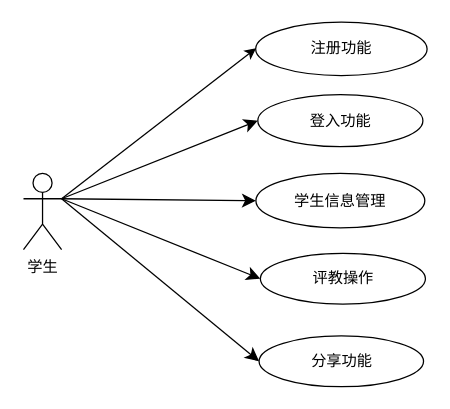
mao-user/2024code keeps this draw.io diagram as page "学生" (2 of 7) of 未命名绘图.drawio. Above is the earlier version. Source tidied: cells renumbered, new cells numbered last; positions are measured from the earlier drawing's top-left corner, leaving out a move shared by most shapes. Both pictures are drawn from the tidied source at 127%, with x=0, y=0 at pixel (23, 22).
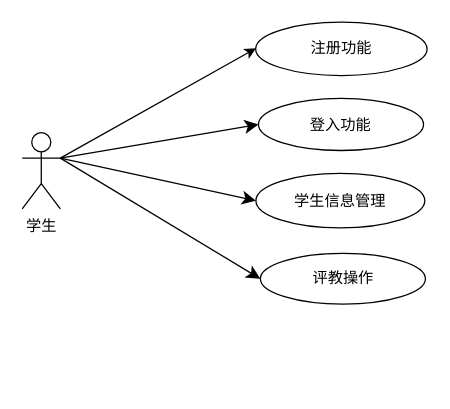
After the change.

Change to the diagram source:
```diff
@@
 <mxGraphModel>
   <root>
     <mxCell id="0" />
     <mxCell id="1" parent="0" />
     <mxCell id="2" style="edgeStyle=none;curved=1;rounded=0;jettySize=auto;html=1;exitX=1;exitY=0.3333333333333333;exitDx=0;exitDy=0;exitPerimeter=0;entryX=0;entryY=0.5;entryDx=0;entryDy=0;fontSize=12;startSize=8;endSize=8;" parent="1" edge="1" source="7" target="8">
       <mxGeometry relative="1" as="geometry" />
     </mxCell>
     <mxCell id="3" style="edgeStyle=none;curved=1;rounded=0;jettySize=auto;html=1;exitX=1;exitY=0.3333333333333333;exitDx=0;exitDy=0;exitPerimeter=0;entryX=0;entryY=0.5;entryDx=0;entryDy=0;fontSize=12;startSize=8;endSize=8;" parent="1" edge="1" source="7" target="9">
       <mxGeometry relative="1" as="geometry" />
     </mxCell>
     <mxCell id="4" style="edgeStyle=none;curved=1;rounded=0;jettySize=auto;html=1;exitX=1;exitY=0.3333333333333333;exitDx=0;exitDy=0;exitPerimeter=0;entryX=0;entryY=0.5;entryDx=0;entryDy=0;fontSize=12;startSize=8;endSize=8;" parent="1" edge="1" source="7" target="10">
       <mxGeometry relative="1" as="geometry" />
     </mxCell>
-    <mxCell id="5" style="edgeStyle=none;curved=1;rounded=0;jettySize=auto;html=1;exitX=1;exitY=0.3333333333333333;exitDx=0;exitDy=0;exitPerimeter=0;entryX=0;entryY=0.5;entryDx=0;entryDy=0;fontSize=12;startSize=8;endSize=8;" parent="1" edge="1" source="7" target="11">
-      <mxGeometry relative="1" as="geometry" />
-    </mxCell>
     <mxCell id="6" style="edgeStyle=none;rounded=0;jettySize=auto;html=1;exitX=1;exitY=0.3333333333333333;exitDx=0;exitDy=0;exitPerimeter=0;" parent="1" edge="1" source="7">
       <mxGeometry relative="1" as="geometry">
         <mxPoint x="183.1" y="20.5" as="targetPoint" />
       </mxGeometry>
     </mxCell>
     <mxCell id="7" value="学生" style="shape=umlActor;verticalLabelPosition=bottom;verticalAlign=top;html=1;outlineConnect=0;" parent="1" vertex="1">
-      <mxGeometry y="119" width="30" height="60" as="geometry" />
+      <mxGeometry x="-1" y="87" width="30" height="60" as="geometry" />
     </mxCell>
     <mxCell id="8" value="学生信息管理" style="ellipse;whiteSpace=wrap;html=1;" parent="1" vertex="1">
       <mxGeometry x="183" y="119" width="133" height="43" as="geometry" />
     </mxCell>
     <mxCell id="9" value="评教操作" style="ellipse;whiteSpace=wrap;html=1;" parent="1" vertex="1">
       <mxGeometry x="186.5" y="182" width="130" height="40" as="geometry" />
     </mxCell>
     <mxCell id="10" value="登入功能" style="ellipse;whiteSpace=wrap;html=1;" parent="1" vertex="1">
-      <mxGeometry x="184.5" y="57" width="130" height="41" as="geometry" />
+      <mxGeometry x="185" y="60" width="130" height="41" as="geometry" />
     </mxCell>
-    <mxCell id="11" value="分享功能" style="ellipse;whiteSpace=wrap;html=1;" parent="1" vertex="1">
-      <mxGeometry x="185.5" y="247" width="129.5" height="40" as="geometry" />
-    </mxCell>
     <mxCell id="12" value="注册功能" style="ellipse;whiteSpace=wrap;html=1;" parent="1" vertex="1">
       <mxGeometry x="182.8" width="135" height="42" as="geometry" />
     </mxCell>
   </root>
 </mxGraphModel>
```
